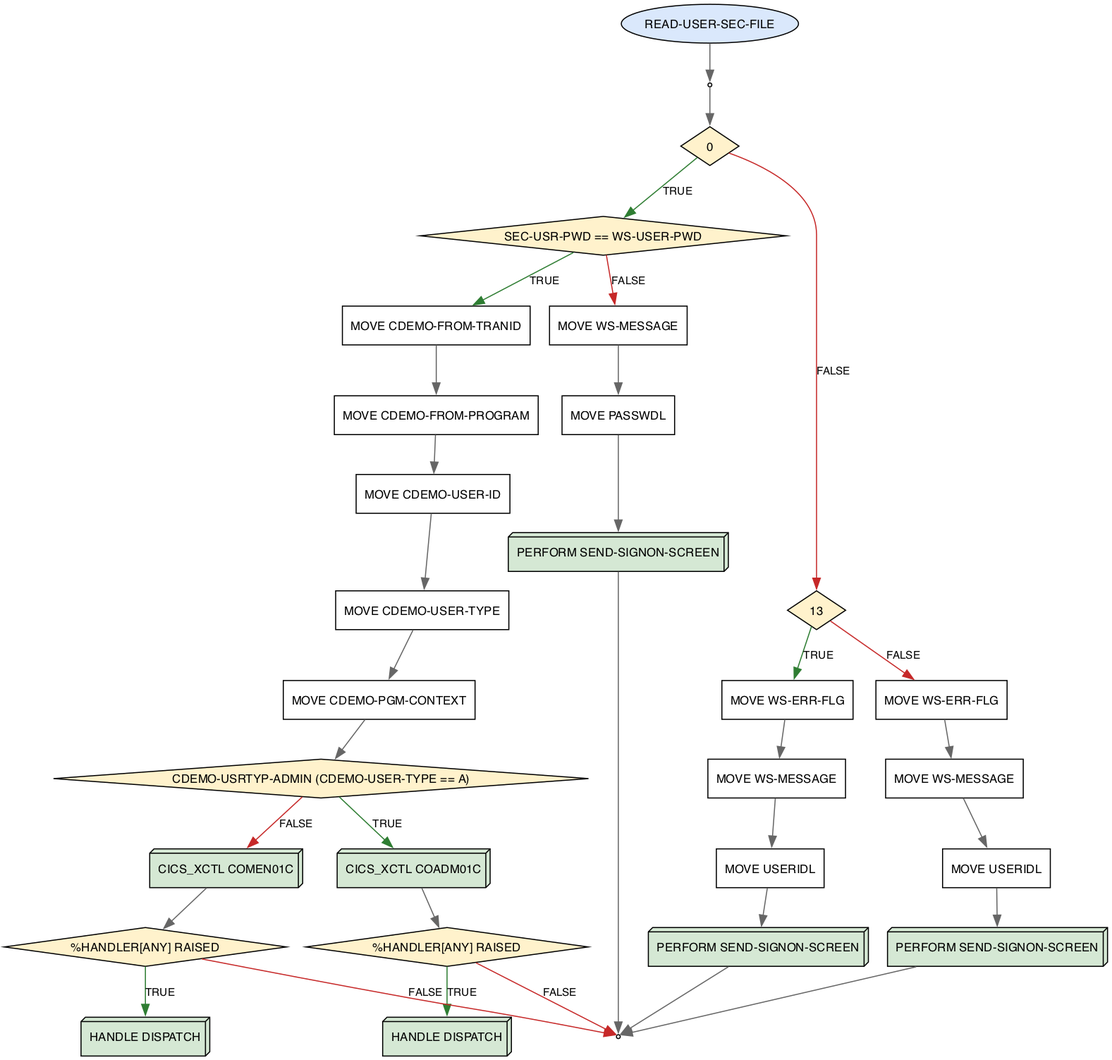
avishek-sen-gupta/red-dragon-forge keeps this Graphviz diagram as docs/presentation/artifacts/srccfg/COSGN00C-READ-USER-SEC-FILE.png. Above is the earlier version. Its source is kept beside it as docs/presentation/artifacts/srccfg/COSGN00C-READ-USER-SEC-FILE.dot. Its diagram source:
```dot
digraph srccfg {
  rankdir=TB;
  node [fontname="Helvetica", fontsize=11];
  edge [fontname="Helvetica", fontsize=10];
    "COSGN00C::READ-USER-SEC-FILE#label" [label="READ-USER-SEC-FILE", shape=ellipse, style=filled, fillcolor="#dae8fc"];
    "COSGN00C::READ-USER-SEC-FILE/0" [label="READ-USER-SEC-FILE/0", shape=point, style=filled, fillcolor="#eeeeee"];
    "COSGN00C::READ-USER-SEC-FILE/1.when.0#test" [label="0", shape=diamond, style=filled, fillcolor="#fff2cc"];
    "COSGN00C::READ-USER-SEC-FILE/1.when.0.0#test" [label="SEC-USR-PWD == WS-USER-PWD", shape=diamond, style=filled, fillcolor="#fff2cc"];
    "COSGN00C::READ-USER-SEC-FILE/1.when.0.0.then.0" [label="MOVE CDEMO-FROM-TRANID", shape=box, style=filled, fillcolor="#ffffff"];
    "COSGN00C::READ-USER-SEC-FILE/1.when.0.0.then.1" [label="MOVE CDEMO-FROM-PROGRAM", shape=box, style=filled, fillcolor="#ffffff"];
    "COSGN00C::READ-USER-SEC-FILE/1.when.0.0.then.2" [label="MOVE CDEMO-USER-ID", shape=box, style=filled, fillcolor="#ffffff"];
    "COSGN00C::READ-USER-SEC-FILE/1.when.0.0.then.3" [label="MOVE CDEMO-USER-TYPE", shape=box, style=filled, fillcolor="#ffffff"];
    "COSGN00C::READ-USER-SEC-FILE/1.when.0.0.then.4" [label="MOVE CDEMO-PGM-CONTEXT", shape=box, style=filled, fillcolor="#ffffff"];
    "COSGN00C::READ-USER-SEC-FILE/1.when.0.0.then.5#test" [label="CDEMO-USRTYP-ADMIN (CDEMO-USER-TYPE == A)", shape=diamond, style=filled, fillcolor="#fff2cc"];
    "COSGN00C::READ-USER-SEC-FILE/1.when.0.0.then.5.then.0" [label="CICS_XCTL COADM01C", shape=box3d, style=filled, fillcolor="#d5e8d4"];
    "COSGN00C::READ-USER-SEC-FILE/1.when.0.0.then.5.then.0#raise" [label="%HANDLER[ANY] RAISED", shape=diamond, style=filled, fillcolor="#fff2cc"];
    "COSGN00C::READ-USER-SEC-FILE/1.when.0.0.then.5.then.0#dispatch" [label="HANDLE DISPATCH", shape=box3d, style=filled, fillcolor="#d5e8d4"];
    "COSGN00C::READ-USER-SEC-FILE/1.when.0.0.then.5.else.0" [label="CICS_XCTL COMEN01C", shape=box3d, style=filled, fillcolor="#d5e8d4"];
    "COSGN00C::READ-USER-SEC-FILE/1.when.0.0.then.5.else.0#raise" [label="%HANDLER[ANY] RAISED", shape=diamond, style=filled, fillcolor="#fff2cc"];
    "COSGN00C::READ-USER-SEC-FILE/1.when.0.0.then.5.else.0#dispatch" [label="HANDLE DISPATCH", shape=box3d, style=filled, fillcolor="#d5e8d4"];
    "COSGN00C::READ-USER-SEC-FILE/1.when.0.0.else.0" [label="MOVE WS-MESSAGE", shape=box, style=filled, fillcolor="#ffffff"];
    "COSGN00C::READ-USER-SEC-FILE/1.when.0.0.else.1" [label="MOVE PASSWDL", shape=box, style=filled, fillcolor="#ffffff"];
    "COSGN00C::READ-USER-SEC-FILE/1.when.0.0.else.2" [label="PERFORM SEND-SIGNON-SCREEN", shape=box3d, style=filled, fillcolor="#d5e8d4"];
    "COSGN00C::READ-USER-SEC-FILE/1.when.1#test" [label="13", shape=diamond, style=filled, fillcolor="#fff2cc"];
    "COSGN00C::READ-USER-SEC-FILE/1.when.1.0" [label="MOVE WS-ERR-FLG", shape=box, style=filled, fillcolor="#ffffff"];
    "COSGN00C::READ-USER-SEC-FILE/1.when.1.1" [label="MOVE WS-MESSAGE", shape=box, style=filled, fillcolor="#ffffff"];
    "COSGN00C::READ-USER-SEC-FILE/1.when.1.2" [label="MOVE USERIDL", shape=box, style=filled, fillcolor="#ffffff"];
    "COSGN00C::READ-USER-SEC-FILE/1.when.1.3" [label="PERFORM SEND-SIGNON-SCREEN", shape=box3d, style=filled, fillcolor="#d5e8d4"];
    "COSGN00C::READ-USER-SEC-FILE/1.when.2.0" [label="MOVE WS-ERR-FLG", shape=box, style=filled, fillcolor="#ffffff"];
    "COSGN00C::READ-USER-SEC-FILE/1.when.2.1" [label="MOVE WS-MESSAGE", shape=box, style=filled, fillcolor="#ffffff"];
    "COSGN00C::READ-USER-SEC-FILE/1.when.2.2" [label="MOVE USERIDL", shape=box, style=filled, fillcolor="#ffffff"];
    "COSGN00C::READ-USER-SEC-FILE/1.when.2.3" [label="PERFORM SEND-SIGNON-SCREEN", shape=box3d, style=filled, fillcolor="#d5e8d4"];
    "COSGN00C::READ-USER-SEC-FILE#end" [label="READ-USER-SEC-FILE#end", shape=point, style=filled, fillcolor="#eeeeee"];
    "COSGN00C::READ-USER-SEC-FILE/1.when.0.0.then.0" -> "COSGN00C::READ-USER-SEC-FILE/1.when.0.0.then.1" [color="#666666"];
    "COSGN00C::READ-USER-SEC-FILE/1.when.0.0.then.1" -> "COSGN00C::READ-USER-SEC-FILE/1.when.0.0.then.2" [color="#666666"];
    "COSGN00C::READ-USER-SEC-FILE/1.when.0.0.then.2" -> "COSGN00C::READ-USER-SEC-FILE/1.when.0.0.then.3" [color="#666666"];
    "COSGN00C::READ-USER-SEC-FILE/1.when.0.0.then.3" -> "COSGN00C::READ-USER-SEC-FILE/1.when.0.0.then.4" [color="#666666"];
    "COSGN00C::READ-USER-SEC-FILE/1.when.0.0.then.5.then.0#raise" -> "COSGN00C::READ-USER-SEC-FILE/1.when.0.0.then.5.then.0#dispatch" [color="#2e7d32", label="TRUE"];
    "COSGN00C::READ-USER-SEC-FILE/1.when.0.0.then.5.then.0" -> "COSGN00C::READ-USER-SEC-FILE/1.when.0.0.then.5.then.0#raise" [color="#666666"];
    "COSGN00C::READ-USER-SEC-FILE/1.when.0.0.then.5.else.0#raise" -> "COSGN00C::READ-USER-SEC-FILE/1.when.0.0.then.5.else.0#dispatch" [color="#2e7d32", label="TRUE"];
    "COSGN00C::READ-USER-SEC-FILE/1.when.0.0.then.5.else.0" -> "COSGN00C::READ-USER-SEC-FILE/1.when.0.0.then.5.else.0#raise" [color="#666666"];
    "COSGN00C::READ-USER-SEC-FILE/1.when.0.0.then.5#test" -> "COSGN00C::READ-USER-SEC-FILE/1.when.0.0.then.5.then.0" [color="#2e7d32", label="TRUE"];
    "COSGN00C::READ-USER-SEC-FILE/1.when.0.0.then.5#test" -> "COSGN00C::READ-USER-SEC-FILE/1.when.0.0.then.5.else.0" [color="#c62828", label="FALSE"];
    "COSGN00C::READ-USER-SEC-FILE/1.when.0.0.then.4" -> "COSGN00C::READ-USER-SEC-FILE/1.when.0.0.then.5#test" [color="#666666"];
    "COSGN00C::READ-USER-SEC-FILE/1.when.0.0.else.0" -> "COSGN00C::READ-USER-SEC-FILE/1.when.0.0.else.1" [color="#666666"];
    "COSGN00C::READ-USER-SEC-FILE/1.when.0.0.else.1" -> "COSGN00C::READ-USER-SEC-FILE/1.when.0.0.else.2" [color="#666666"];
    "COSGN00C::READ-USER-SEC-FILE/1.when.0.0#test" -> "COSGN00C::READ-USER-SEC-FILE/1.when.0.0.then.0" [color="#2e7d32", label="TRUE"];
    "COSGN00C::READ-USER-SEC-FILE/1.when.0.0#test" -> "COSGN00C::READ-USER-SEC-FILE/1.when.0.0.else.0" [color="#c62828", label="FALSE"];
    "COSGN00C::READ-USER-SEC-FILE/1.when.0#test" -> "COSGN00C::READ-USER-SEC-FILE/1.when.0.0#test" [color="#2e7d32", label="TRUE"];
    "COSGN00C::READ-USER-SEC-FILE/1.when.1.0" -> "COSGN00C::READ-USER-SEC-FILE/1.when.1.1" [color="#666666"];
    "COSGN00C::READ-USER-SEC-FILE/1.when.1.1" -> "COSGN00C::READ-USER-SEC-FILE/1.when.1.2" [color="#666666"];
    "COSGN00C::READ-USER-SEC-FILE/1.when.1.2" -> "COSGN00C::READ-USER-SEC-FILE/1.when.1.3" [color="#666666"];
    "COSGN00C::READ-USER-SEC-FILE/1.when.1#test" -> "COSGN00C::READ-USER-SEC-FILE/1.when.1.0" [color="#2e7d32", label="TRUE"];
    "COSGN00C::READ-USER-SEC-FILE/1.when.2.0" -> "COSGN00C::READ-USER-SEC-FILE/1.when.2.1" [color="#666666"];
    "COSGN00C::READ-USER-SEC-FILE/1.when.2.1" -> "COSGN00C::READ-USER-SEC-FILE/1.when.2.2" [color="#666666"];
    "COSGN00C::READ-USER-SEC-FILE/1.when.2.2" -> "COSGN00C::READ-USER-SEC-FILE/1.when.2.3" [color="#666666"];
    "COSGN00C::READ-USER-SEC-FILE/1.when.0#test" -> "COSGN00C::READ-USER-SEC-FILE/1.when.1#test" [color="#c62828", label="FALSE"];
    "COSGN00C::READ-USER-SEC-FILE/1.when.1#test" -> "COSGN00C::READ-USER-SEC-FILE/1.when.2.0" [color="#c62828", label="FALSE"];
    "COSGN00C::READ-USER-SEC-FILE/0" -> "COSGN00C::READ-USER-SEC-FILE/1.when.0#test" [color="#666666"];
    "COSGN00C::READ-USER-SEC-FILE#label" -> "COSGN00C::READ-USER-SEC-FILE/0" [color="#666666"];
    "COSGN00C::READ-USER-SEC-FILE/1.when.0.0.then.5.then.0#raise" -> "COSGN00C::READ-USER-SEC-FILE#end" [color="#c62828", label="FALSE"];
    "COSGN00C::READ-USER-SEC-FILE/1.when.0.0.then.5.else.0#raise" -> "COSGN00C::READ-USER-SEC-FILE#end" [color="#c62828", label="FALSE"];
    "COSGN00C::READ-USER-SEC-FILE/1.when.0.0.else.2" -> "COSGN00C::READ-USER-SEC-FILE#end" [color="#666666"];
    "COSGN00C::READ-USER-SEC-FILE/1.when.1.3" -> "COSGN00C::READ-USER-SEC-FILE#end" [color="#666666"];
    "COSGN00C::READ-USER-SEC-FILE/1.when.2.3" -> "COSGN00C::READ-USER-SEC-FILE#end" [color="#666666"];
}
```
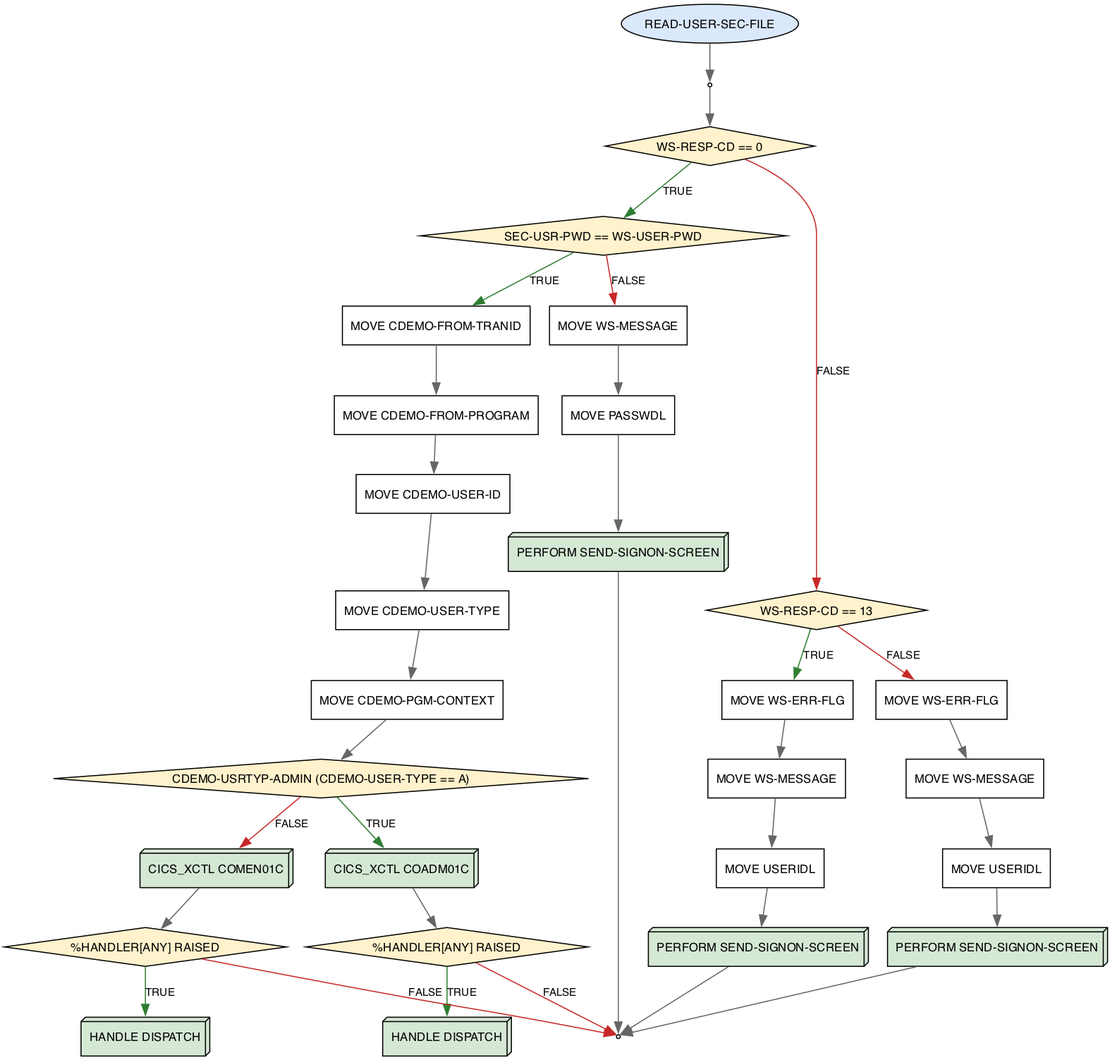
After the commit.

The edit, as a diff of the source:
```diff
@@ -4,7 +4,7 @@
   edge [fontname="Helvetica", fontsize=10];
     "COSGN00C::READ-USER-SEC-FILE#label" [label="READ-USER-SEC-FILE", shape=ellipse, style=filled, fillcolor="#dae8fc"];
     "COSGN00C::READ-USER-SEC-FILE/0" [label="READ-USER-SEC-FILE/0", shape=point, style=filled, fillcolor="#eeeeee"];
-    "COSGN00C::READ-USER-SEC-FILE/1.when.0#test" [label="0", shape=diamond, style=filled, fillcolor="#fff2cc"];
+    "COSGN00C::READ-USER-SEC-FILE/1.when.0#test" [label="WS-RESP-CD == 0", shape=diamond, style=filled, fillcolor="#fff2cc"];
     "COSGN00C::READ-USER-SEC-FILE/1.when.0.0#test" [label="SEC-USR-PWD == WS-USER-PWD", shape=diamond, style=filled, fillcolor="#fff2cc"];
     "COSGN00C::READ-USER-SEC-FILE/1.when.0.0.then.0" [label="MOVE CDEMO-FROM-TRANID", shape=box, style=filled, fillcolor="#ffffff"];
     "COSGN00C::READ-USER-SEC-FILE/1.when.0.0.then.1" [label="MOVE CDEMO-FROM-PROGRAM", shape=box, style=filled, fillcolor="#ffffff"];
@@ -21,7 +21,7 @@
     "COSGN00C::READ-USER-SEC-FILE/1.when.0.0.else.0" [label="MOVE WS-MESSAGE", shape=box, style=filled, fillcolor="#ffffff"];
     "COSGN00C::READ-USER-SEC-FILE/1.when.0.0.else.1" [label="MOVE PASSWDL", shape=box, style=filled, fillcolor="#ffffff"];
     "COSGN00C::READ-USER-SEC-FILE/1.when.0.0.else.2" [label="PERFORM SEND-SIGNON-SCREEN", shape=box3d, style=filled, fillcolor="#d5e8d4"];
-    "COSGN00C::READ-USER-SEC-FILE/1.when.1#test" [label="13", shape=diamond, style=filled, fillcolor="#fff2cc"];
+    "COSGN00C::READ-USER-SEC-FILE/1.when.1#test" [label="WS-RESP-CD == 13", shape=diamond, style=filled, fillcolor="#fff2cc"];
     "COSGN00C::READ-USER-SEC-FILE/1.when.1.0" [label="MOVE WS-ERR-FLG", shape=box, style=filled, fillcolor="#ffffff"];
     "COSGN00C::READ-USER-SEC-FILE/1.when.1.1" [label="MOVE WS-MESSAGE", shape=box, style=filled, fillcolor="#ffffff"];
     "COSGN00C::READ-USER-SEC-FILE/1.when.1.2" [label="MOVE USERIDL", shape=box, style=filled, fillcolor="#ffffff"];
```
